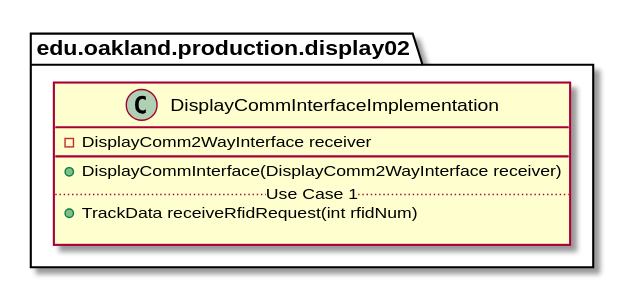
Before: docs/uml-class-diagrams/display02/production/DisplayCommInterfaceImplementation/DisplayCommInterfaceImplementation.svg, a diagram exported from PlantUML (andrewdimmer/csi-3370-software-project).
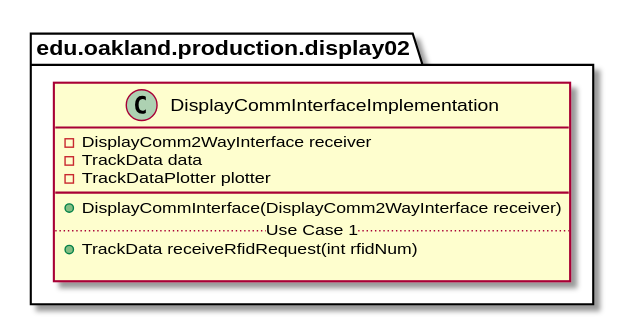
After the commit.

The edit, as a diff of the source:
```diff
@@ -3,6 +3,8 @@
 package edu.oakland.production.display02 {
     class DisplayCommInterfaceImplementation {
         - DisplayComm2WayInterface receiver
+        - TrackData data
+        - TrackDataPlotter plotter
         __
         + DisplayCommInterface(DisplayComm2WayInterface receiver)
         .. Use Case 1 ..
```
